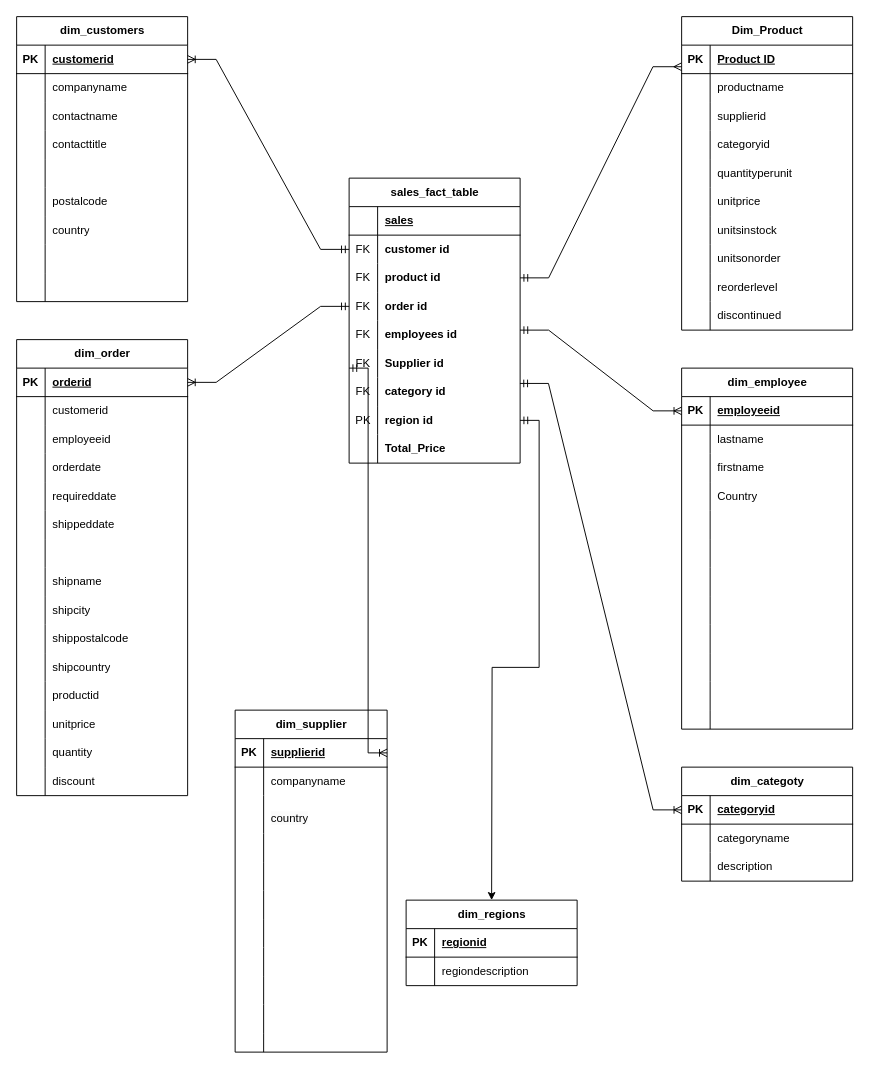
The draw.io diagram page "Final" (3 of 3) of Copy of Data storage_final before.drawio in AkhilaJagajjetty/datastorage, before the edit. Source tidied: cells renumbered, new cells numbered last; positions are measured from the earlier drawing's top-left corner, leaving out a move shared by most shapes. Both pictures are drawn from the tidied source at 95%, with x=0, y=0 at pixel (16, 16).
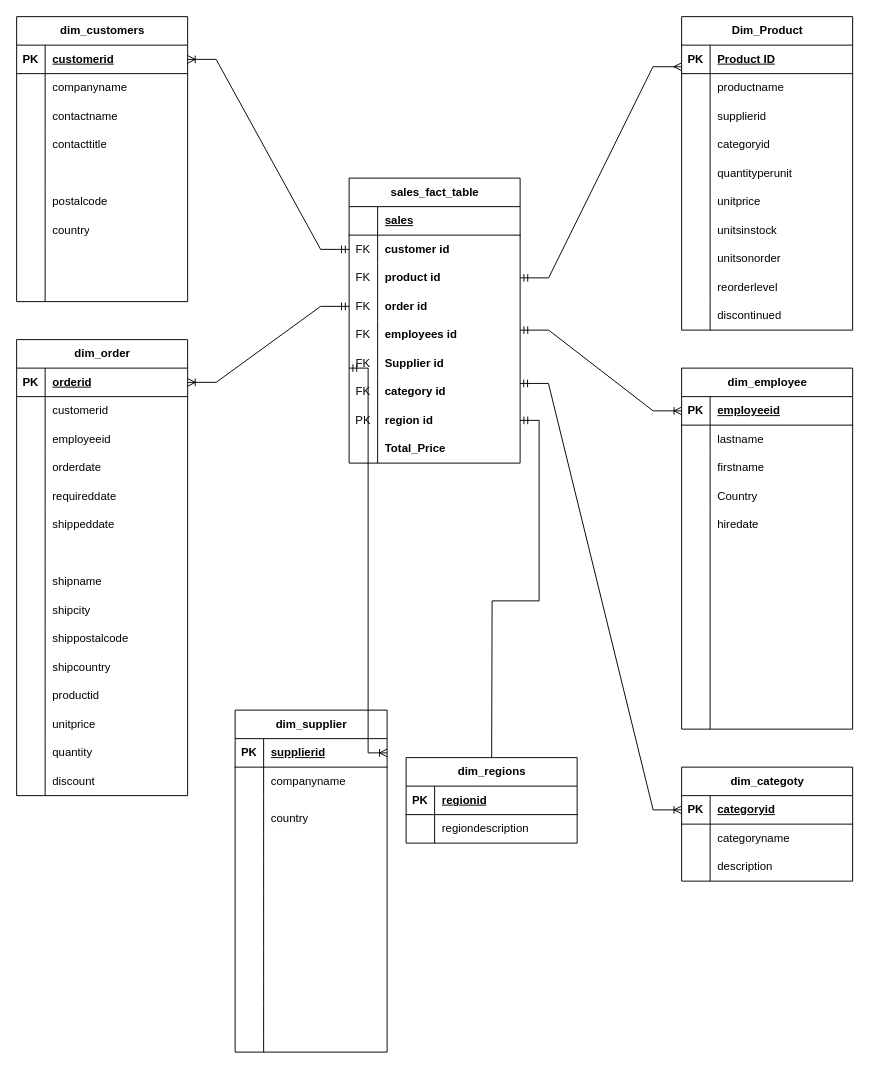
Above is the later version.

The change refers to these unchanged cells:
```xml
<mxCell id="24" style="shape=tableRow;horizontal=0;startSize=0;swimlaneHead=0;swimlaneBody=0;fillColor=none;points=[[0,0.5],[1,0.5]];portConstraint=eastwest;top=0;left=0;right=0;bottom=0;" parent="2" vertex="1">
  <mxGeometry y="240" width="180" height="30" as="geometry" />
</mxCell>
<mxCell id="148" style="shape=tableRow;horizontal=0;startSize=0;swimlaneHead=0;swimlaneBody=0;fillColor=none;top=0;left=0;right=0;bottom=0;" parent="135" vertex="1">
  <mxGeometry y="150" width="180" height="30" as="geometry" />
</mxCell>
```

The edit, as a diff of the source:
```diff
@@
-    <mxCell id="150" style="shape=partialRectangle;fillColor=none;top=0;left=0;bottom=0;right=0;align=left;spacingLeft=6;overflow=hidden;whiteSpace=wrap;html=1;" parent="148" vertex="1">
+    <mxCell id="150" value="hiredate" style="shape=partialRectangle;fillColor=none;top=0;left=0;bottom=0;right=0;align=left;spacingLeft=6;overflow=hidden;whiteSpace=wrap;html=1;" parent="148" vertex="1">
       <mxGeometry x="30" width="150" height="30" as="geometry" />
     </mxCell>
@@
     <mxCell id="222" style="edgeStyle=orthogonalEdgeStyle;rounded=0;jettySize=auto;html=1;startArrow=ERmandOne;startFill=0;" parent="1" edge="1" source="24">
       <mxGeometry relative="1" as="geometry">
-        <mxPoint x="500" y="930" as="targetPoint" />
+        <mxPoint x="500" y="790" as="targetPoint" />
       </mxGeometry>
     </mxCell>
     <mxCell id="223" value="dim_regions" style="shape=table;startSize=30;childLayout=tableLayout;rowLines=0;fontStyle=1;align=center;html=1;" parent="1" vertex="1">
-      <mxGeometry x="410" y="930" width="180" height="90" as="geometry" />
+      <mxGeometry x="410" y="780" width="180" height="90" as="geometry" />
     </mxCell>
```
